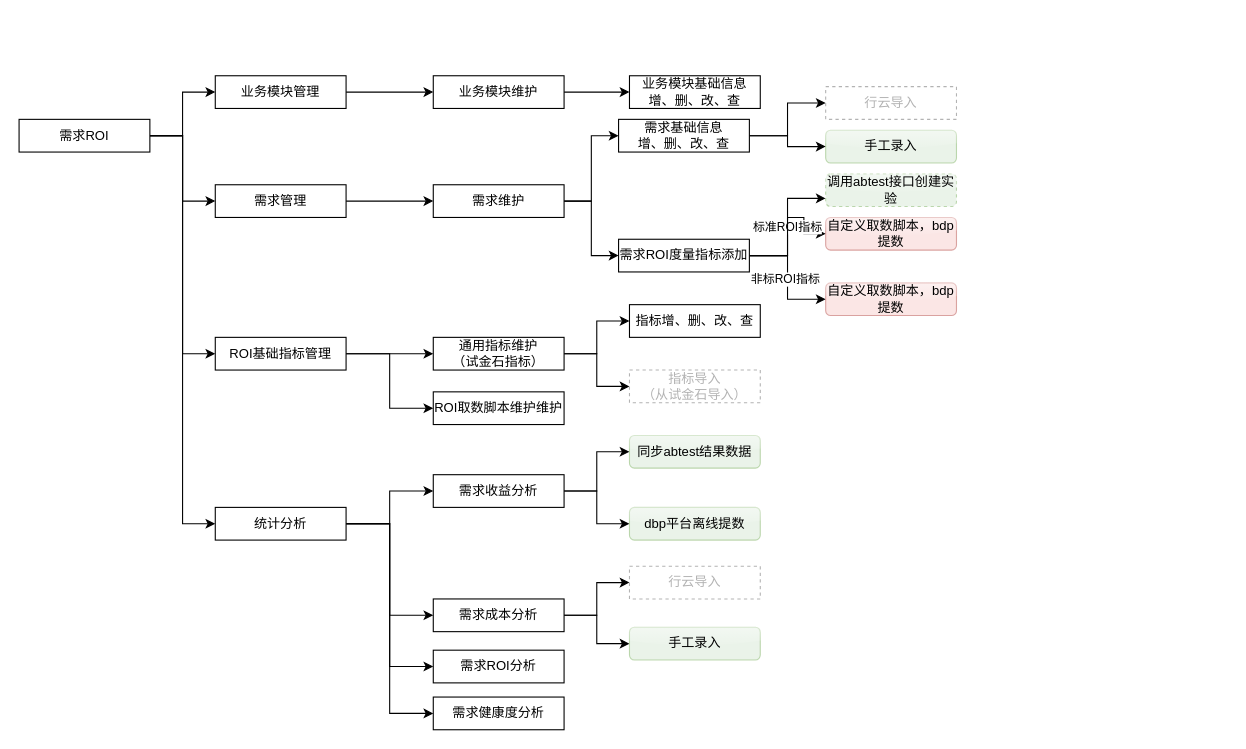
lihongliang1989/diagram keeps this draw.io diagram as page "功能结构图" (3 of 4) of 需求ROI评估.drawio. Above is the earlier version. Source tidied: cells renumbered, new cells numbered last; positions are measured from the earlier drawing's top-left corner, leaving out a move shared by most shapes. Both pictures are drawn from the tidied source at 109%, with x=0, y=0 at pixel (19, 75).
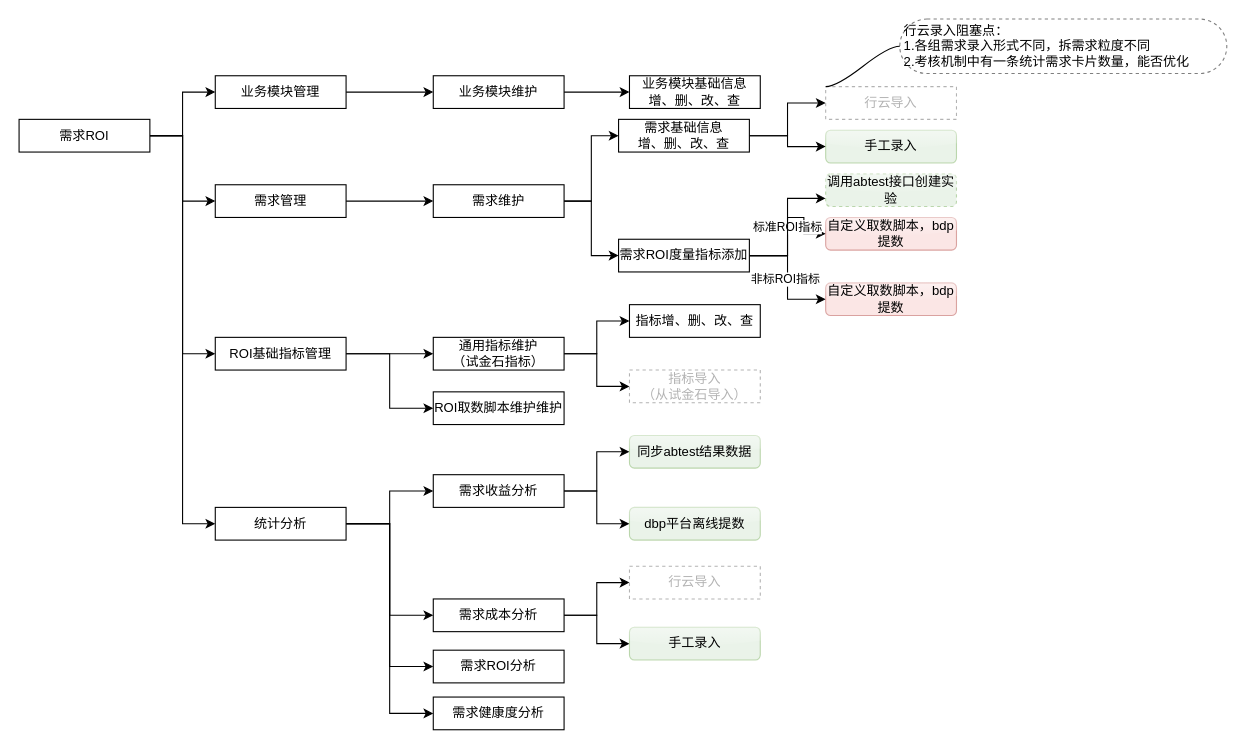
The same diagram, later.

Unchanged cells that the change refers to:
```xml
<mxCell id="53" value="行云导入" style="rounded=0;whiteSpace=wrap;html=1;gradientColor=none;fontColor=#B3B3B3;strokeColor=#B3B3B3;fillColor=#ffffff;dashed=1;" parent="1" vertex="1">
  <mxGeometry x="740" y="10" width="120" height="30" as="geometry" />
</mxCell>
```

What changed in the source:
```diff
@@
+    <mxCell id="57" value="行云录入阻塞点：&lt;br&gt;1.各组需求录入形式不同，拆需求粒度不同&lt;br&gt;2.考核机制中有一条统计需求卡片数量，能否优化" style="whiteSpace=wrap;html=1;rounded=1;arcSize=50;align=left;verticalAlign=middle;strokeWidth=1;spacing=4;newEdgeStyle={&quot;edgeStyle&quot;:&quot;entityRelationEdgeStyle&quot;,&quot;startArrow&quot;:&quot;none&quot;,&quot;endArrow&quot;:&quot;none&quot;,&quot;segment&quot;:10,&quot;curved&quot;:1};shadow=0;glass=0;dashed=1;sketch=0;fontColor=#000000;fillColor=#FFFFFF;opacity=50;" parent="1" vertex="1">
+      <mxGeometry x="808" y="-52" width="300" height="50" as="geometry" />
+    </mxCell>
+    <mxCell id="58" style="edgeStyle=entityRelationEdgeStyle;startArrow=none;endArrow=none;segment=10;curved=1;fontColor=#000000;exitX=0;exitY=0;exitDx=0;exitDy=0;" parent="1" edge="1" source="53" target="57">
+      <mxGeometry relative="1" as="geometry" />
+    </mxCell>
```
